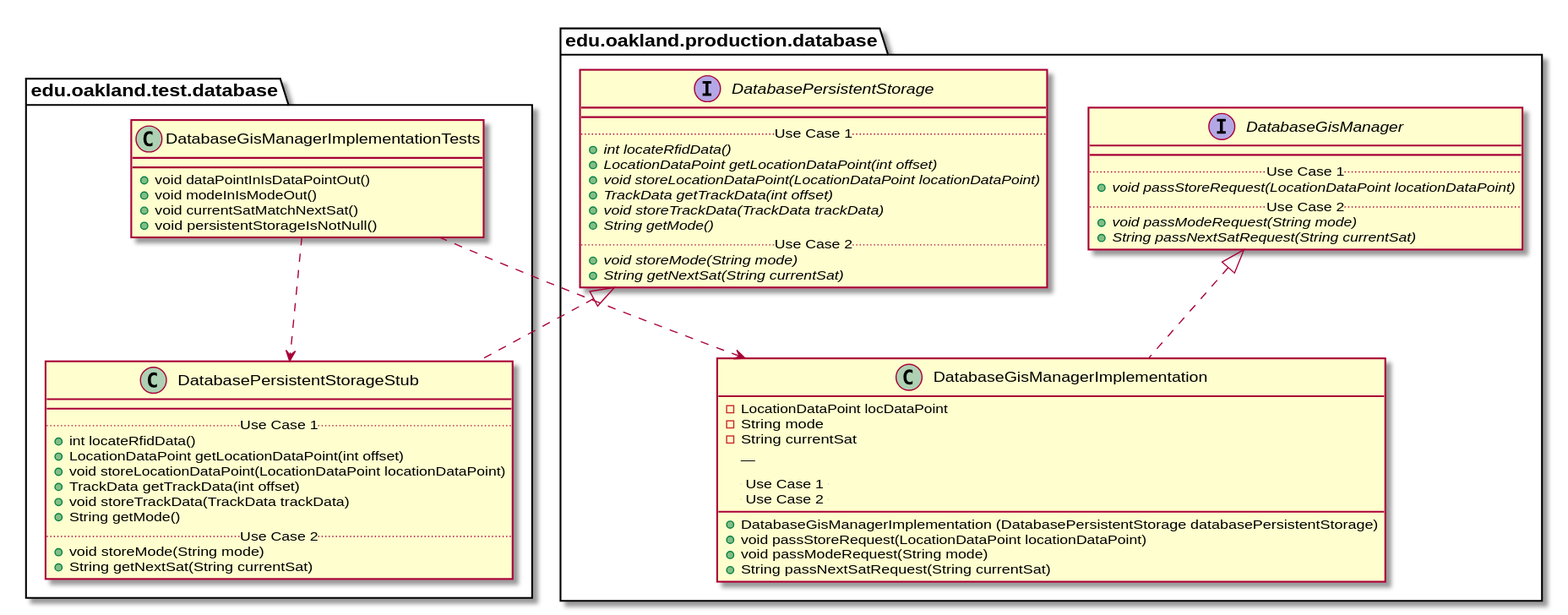
The PlantUML diagram docs/uml-class-diagrams/database/test/DatabaseGisManagerImplementationTests/DatabaseGisManagerImplementationTests_Closure.svg in elilley15/csi-3370-software-project, before a commit.
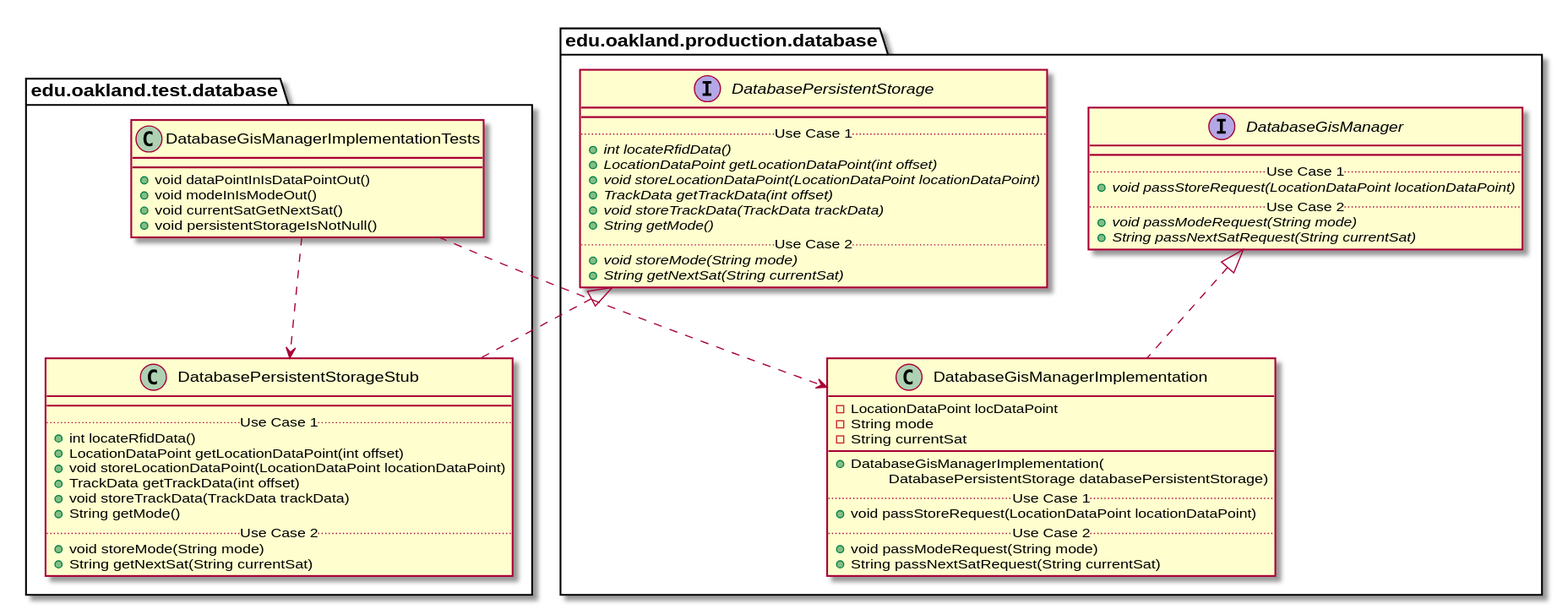
The same diagram one commit later.

Diff of the diagram source:
```diff
@@ -5,7 +5,7 @@
     class DatabaseGisManagerImplementationTests {
         + void dataPointInIsDataPointOut()
         + void modeInIsModeOut()
-        + void currentSatMatchNextSat()
+        + void currentSatGetNextSat()
         + void persistentStorageIsNotNull()
     }
 }
@@ -63,12 +63,12 @@
 
 package edu.oakland.production.database {
     class DatabaseGisManagerImplementation {
-    	- LocationDataPoint locDataPoint
-    	- String mode
-    	- String currentSat
-          __
-        + DatabaseGisManagerImplementation (DatabasePersistentStorage databasePersistentStorage)
-
+        - LocationDataPoint locDataPoint
+        - String mode
+        - String currentSat
+        __
+        + DatabaseGisManagerImplementation(
+        \tDatabasePersistentStorage databasePersistentStorage)
         .. Use Case 1 ..
         + void passStoreRequest(LocationDataPoint locationDataPoint)
         .. Use Case 2 ..
```
